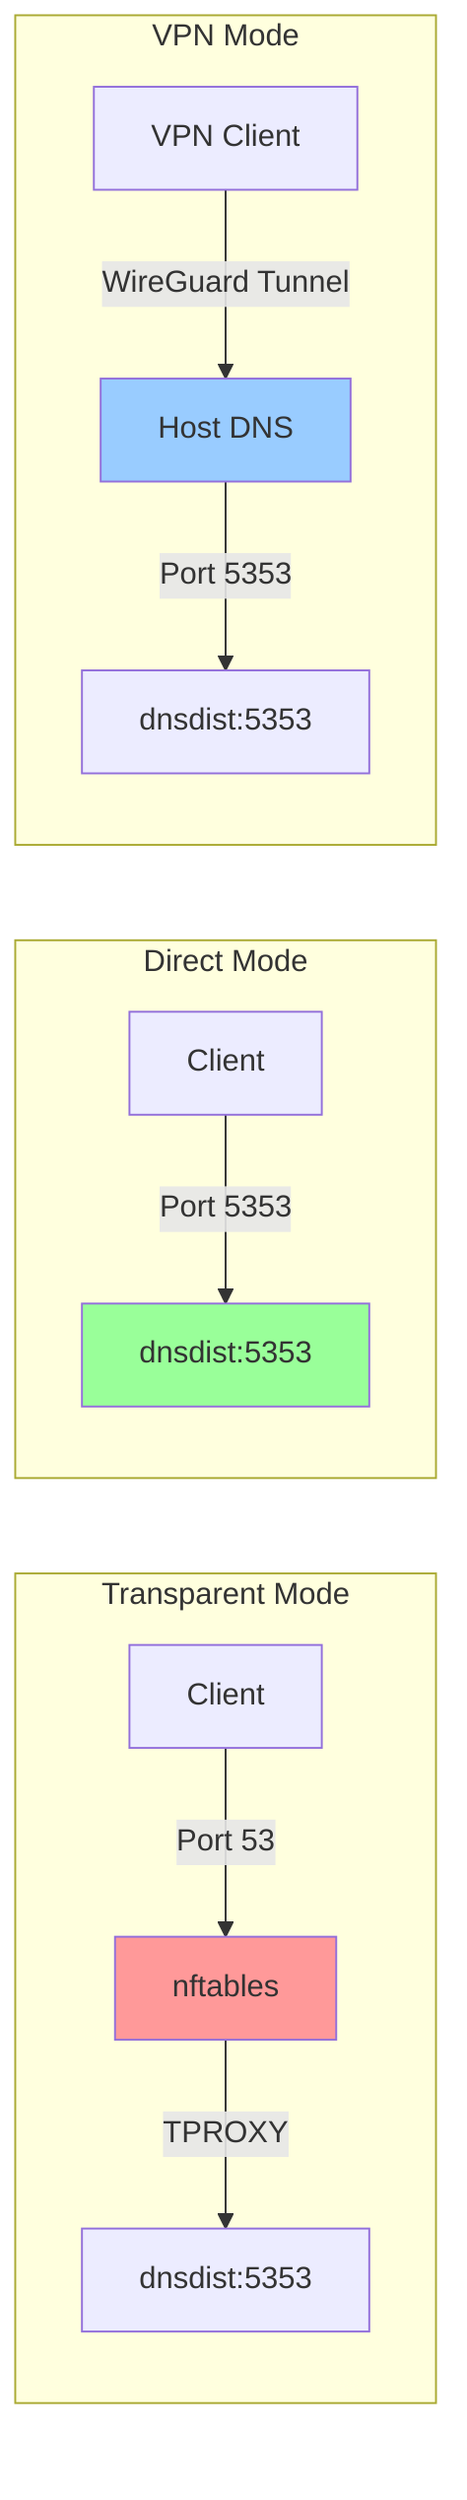
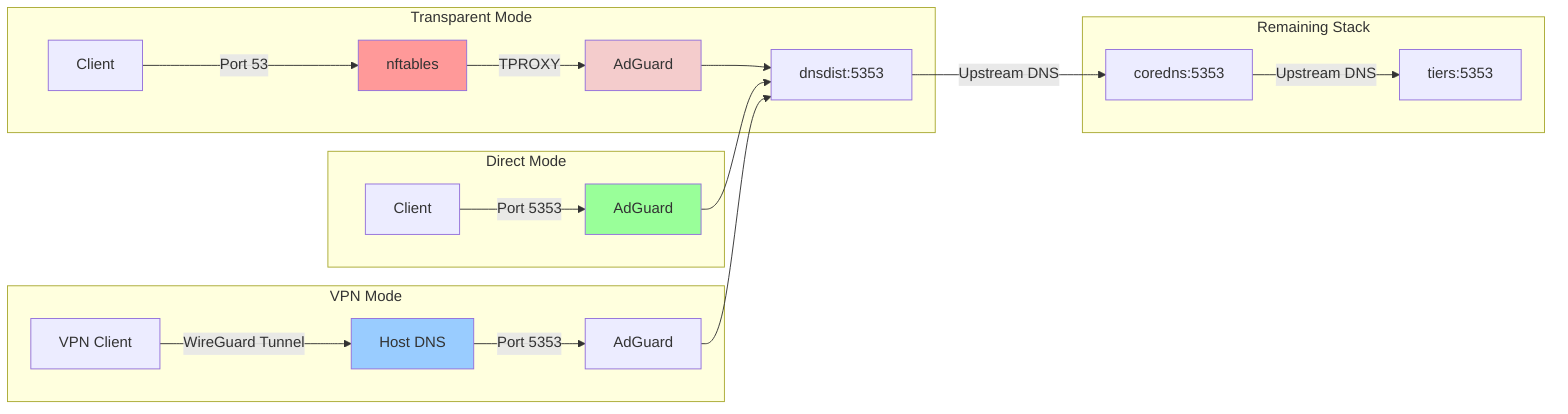
graph LR
    subgraph "Transparent Mode"
        T1[Client] -->|Port 53| T2[nftables]
-         T2 -->|TPROXY| T3[dnsdist:5353]
+         T2 -->|TPROXY| T3[AdGuard]
+         T3 --> A2
    end

    subgraph "Direct Mode"
-         D1[Client] -->|Port 5353| D2[dnsdist:5353]
+         D1[Client] -->|Port 5353| D2[AdGuard]
+         D2 --> A2
    end

    subgraph "VPN Mode"
        V1[VPN Client] -->|WireGuard Tunnel| V2[Host DNS]
-         V2 -->|Port 5353| V3[dnsdist:5353]
+         V2 -->|Port 5353| V3[AdGuard]
+ 		V3 --> A2
+     end
+ 
+     subgraph "Remaining Stack"
+         A2[dnsdist:5353] -->|Upstream DNS| A3[coredns:5353]
+         A3 -->|Upstream DNS| A4[tiers:5353]
    end

    style T2 fill:#ff9999
    style D2 fill:#99ff99
    style V2 fill:#99ccff
+     style T3 fill:#F4CCCC
